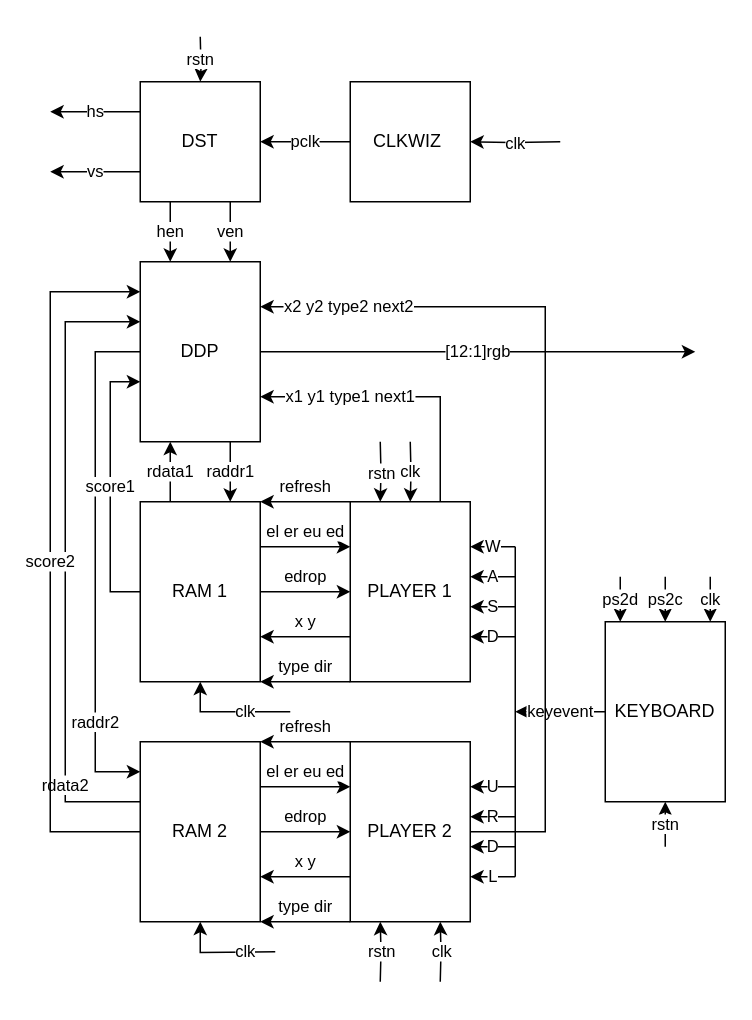
caochenrui/Draw.io keeps this draw.io diagram as 俄罗斯方块 框图.drawio. Above is the earlier version. Source tidied: cells renumbered, new cells numbered last; positions are measured from the earlier drawing's top-left corner, leaving out a move shared by most shapes. Both pictures are drawn from the tidied source at 150%, with x=0, y=0 at pixel (50, 36).
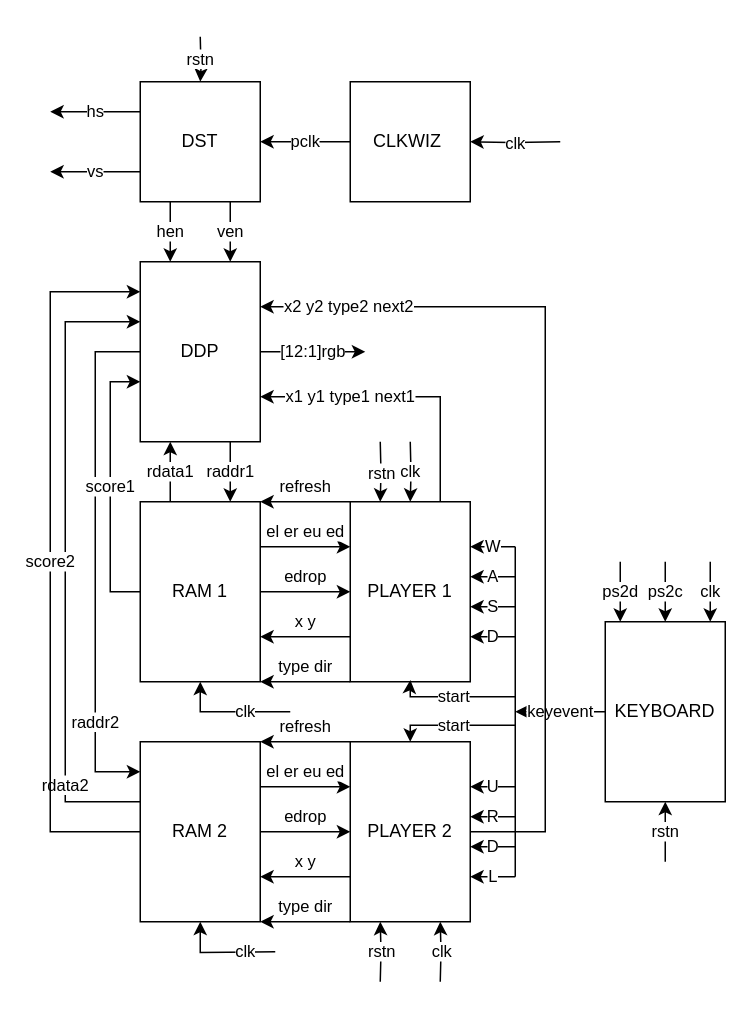
After the change.

Commit message:
更新俄罗斯方块 框图.drawio

The change refers to these unchanged cells:
```xml
<mxCell id="5" value="DDP" style="rounded=0;whiteSpace=wrap;html=1;" parent="1" vertex="1">
  <mxGeometry x="60" y="150" width="80" height="120" as="geometry" />
</mxCell>
<mxCell id="13" value="PLAYER 1" style="rounded=0;whiteSpace=wrap;html=1;" parent="1" vertex="1">
  <mxGeometry x="200" y="310" width="80" height="120" as="geometry" />
</mxCell>
<mxCell id="17" value="KEYBOARD" style="rounded=0;whiteSpace=wrap;html=1;" parent="1" vertex="1">
  <mxGeometry x="370" y="390" width="80" height="120" as="geometry" />
</mxCell>
```

Change to the diagram source:
```diff
@@
     <mxCell id="2" value="[12:1]rgb" style="edgeStyle=orthogonalEdgeStyle;rounded=0;jettySize=auto;html=1;exitX=1;exitY=0.5;exitDx=0;exitDy=0;" parent="1" edge="1" source="5">
       <mxGeometry relative="1" as="geometry">
-        <mxPoint x="430" y="210" as="targetPoint" />
+        <mxPoint x="210" y="210" as="targetPoint" />
       </mxGeometry>
     </mxCell>
@@
     <mxCell id="14" value="clk" style="edgeStyle=orthogonalEdgeStyle;rounded=0;jettySize=auto;html=1;" parent="1" edge="1" target="17">
       <mxGeometry relative="1" as="geometry">
-        <mxPoint x="440" y="360" as="sourcePoint" />
+        <mxPoint x="440" y="350" as="sourcePoint" />
         <Array as="points">
-          <mxPoint x="440" y="360" />
+          <mxPoint x="440" y="380" />
+          <mxPoint x="440" y="380" />
         </Array>
       </mxGeometry>
     </mxCell>
     <mxCell id="15" value="ps2d" style="edgeStyle=orthogonalEdgeStyle;rounded=0;jettySize=auto;html=1;" parent="1" edge="1" target="17">
       <mxGeometry relative="1" as="geometry">
-        <mxPoint x="380" y="360" as="sourcePoint" />
+        <mxPoint x="380" y="350" as="sourcePoint" />
         <Array as="points">
           <mxPoint x="380" y="370" />
           <mxPoint x="380" y="370" />
         </Array>
       </mxGeometry>
     </mxCell>
@@
     <mxCell id="25" value="rstn" style="edgeStyle=orthogonalEdgeStyle;rounded=0;jettySize=auto;html=1;" parent="1" edge="1" target="17">
       <mxGeometry relative="1" as="geometry">
-        <mxPoint x="410" y="540" as="sourcePoint" />
+        <mxPoint x="410" y="550" as="sourcePoint" />
         <Array as="points">
           <mxPoint x="410" y="530" />
           <mxPoint x="410" y="530" />
         </Array>
       </mxGeometry>
     </mxCell>
     <mxCell id="26" value="ps2c" style="edgeStyle=orthogonalEdgeStyle;rounded=0;jettySize=auto;html=1;" parent="1" edge="1" target="17">
       <mxGeometry relative="1" as="geometry">
-        <mxPoint x="410" y="360" as="sourcePoint" />
+        <mxPoint x="410" y="350" as="sourcePoint" />
         <Array as="points">
           <mxPoint x="410" y="360" />
         </Array>
       </mxGeometry>
     </mxCell>
@@
+    <mxCell id="56" value="start" style="edgeStyle=orthogonalEdgeStyle;rounded=0;jettySize=auto;html=1;entryX=0.501;entryY=0.991;entryDx=0;entryDy=0;entryPerimeter=0;" parent="1" edge="1" target="13">
+      <mxGeometry relative="1" as="geometry">
+        <mxPoint x="310" y="440" as="sourcePoint" />
+        <Array as="points">
+          <mxPoint x="240" y="440" />
+          <mxPoint x="240" y="430" />
+        </Array>
+      </mxGeometry>
+    </mxCell>
+    <mxCell id="57" value="start" style="edgeStyle=orthogonalEdgeStyle;rounded=0;orthogonalLoop=1;jettySize=auto;html=1;" parent="1" edge="1">
+      <mxGeometry relative="1" as="geometry">
+        <mxPoint x="310" y="459" as="sourcePoint" />
+        <mxPoint x="240" y="470" as="targetPoint" />
+        <Array as="points">
+          <mxPoint x="240" y="459" />
+          <mxPoint x="240" y="470" />
+        </Array>
+      </mxGeometry>
+    </mxCell>
```
